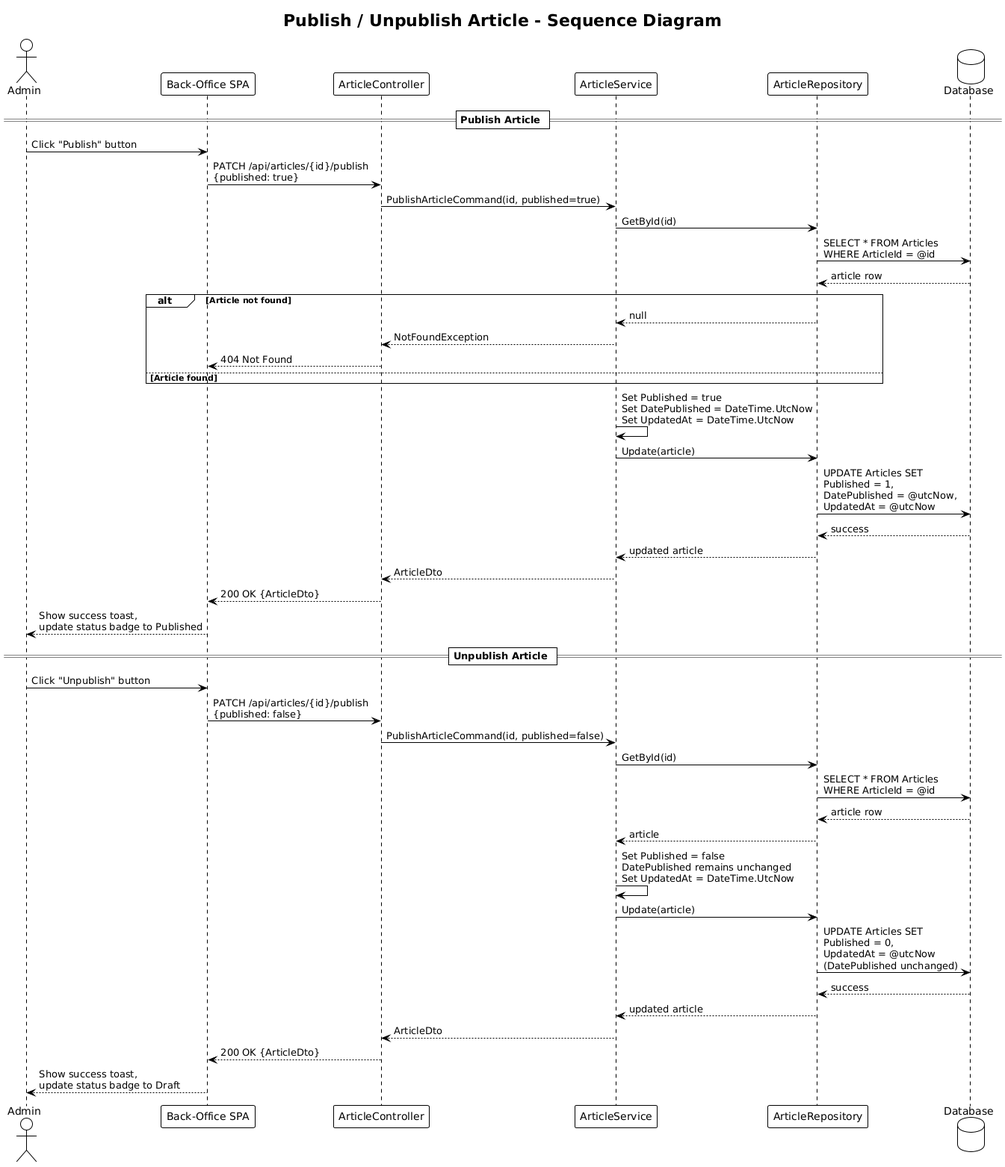
QuinntyneBrown/Blog keeps this PlantUML diagram as docs/detailed-designs/02-article-management/diagrams/sequence_publish.png. Above is the earlier version.
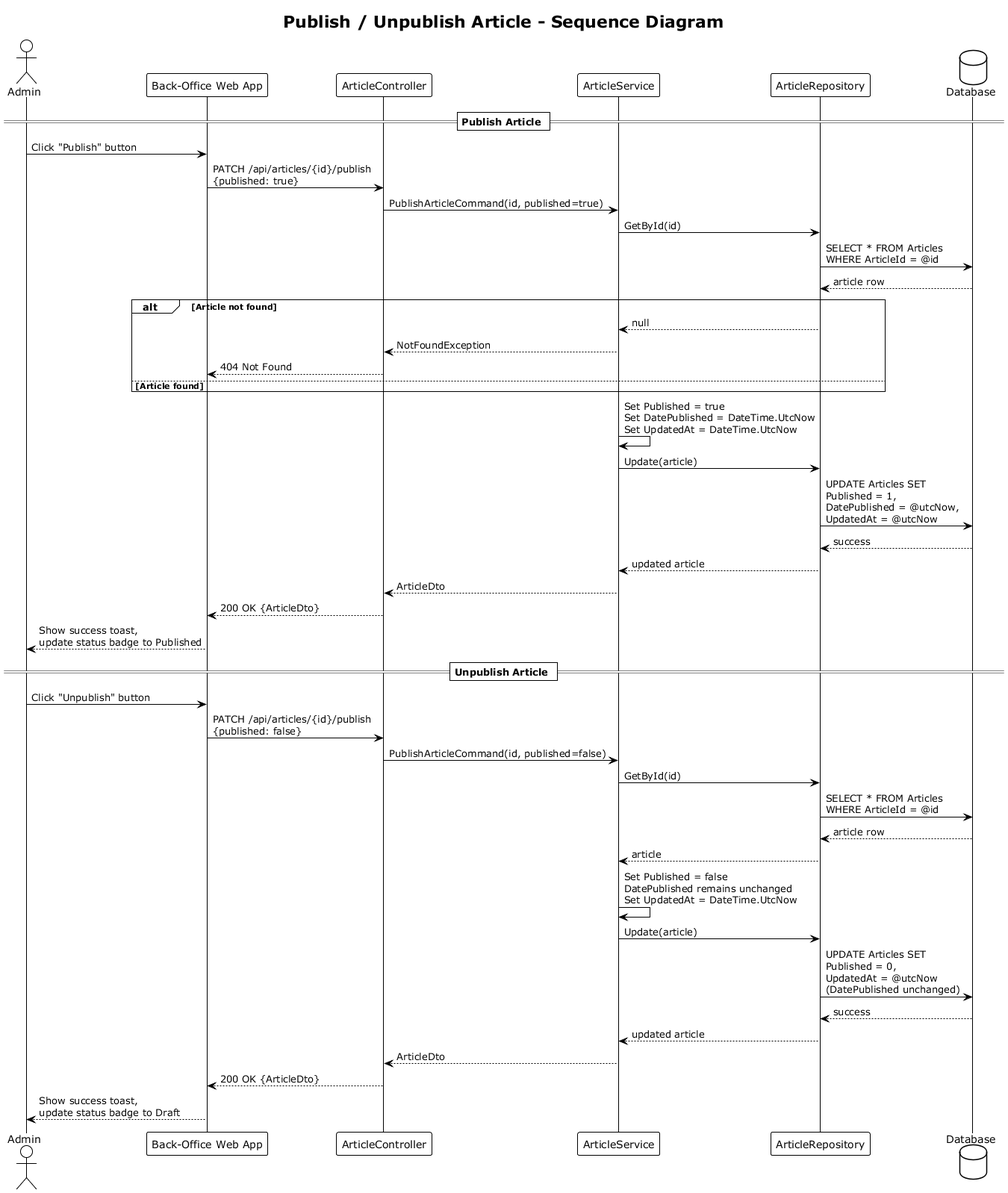
After the commit.

Change to the diagram source:
```diff
@@ -1,10 +1,10 @@
-@startuml
+@startuml sequence_publish
 !theme plain
 
 title Publish / Unpublish Article - Sequence Diagram
 
 actor Admin
-participant "Back-Office SPA" as SPA
+participant "Back-Office Web App" as Web
 participant "ArticleController" as Controller
 participant "ArticleService" as Service
 participant "ArticleRepository" as Repo
@@ -12,8 +12,8 @@
 
 == Publish Article ==
 
-Admin -> SPA : Click "Publish" button
-SPA -> Controller : PATCH /api/articles/{id}/publish\n{published: true}
+Admin -> Web : Click "Publish" button
+Web -> Controller : PATCH /api/articles/{id}/publish\n{published: true}
 
 Controller -> Service : PublishArticleCommand(id, published=true)
 
@@ -24,7 +24,7 @@
 alt Article not found
     Repo --> Service : null
     Service --> Controller : NotFoundException
-    Controller --> SPA : 404 Not Found
+    Controller --> Web : 404 Not Found
 else Article found
 end
 
@@ -36,13 +36,13 @@
 Repo --> Service : updated article
 
 Service --> Controller : ArticleDto
-Controller --> SPA : 200 OK {ArticleDto}
-SPA --> Admin : Show success toast,\nupdate status badge to Published
+Controller --> Web : 200 OK {ArticleDto}
+Web --> Admin : Show success toast,\nupdate status badge to Published
 
 == Unpublish Article ==
 
-Admin -> SPA : Click "Unpublish" button
-SPA -> Controller : PATCH /api/articles/{id}/publish\n{published: false}
+Admin -> Web : Click "Unpublish" button
+Web -> Controller : PATCH /api/articles/{id}/publish\n{published: false}
 
 Controller -> Service : PublishArticleCommand(id, published=false)
 
@@ -59,6 +59,7 @@
 Repo --> Service : updated article
 
 Service --> Controller : ArticleDto
-Controller --> SPA : 200 OK {ArticleDto}
-SPA --> Admin : Show success toast,\nupdate status badge to Draft
+Controller --> Web : 200 OK {ArticleDto}
+Web --> Admin : Show success toast,\nupdate status badge to Draft
+
 @enduml
```
